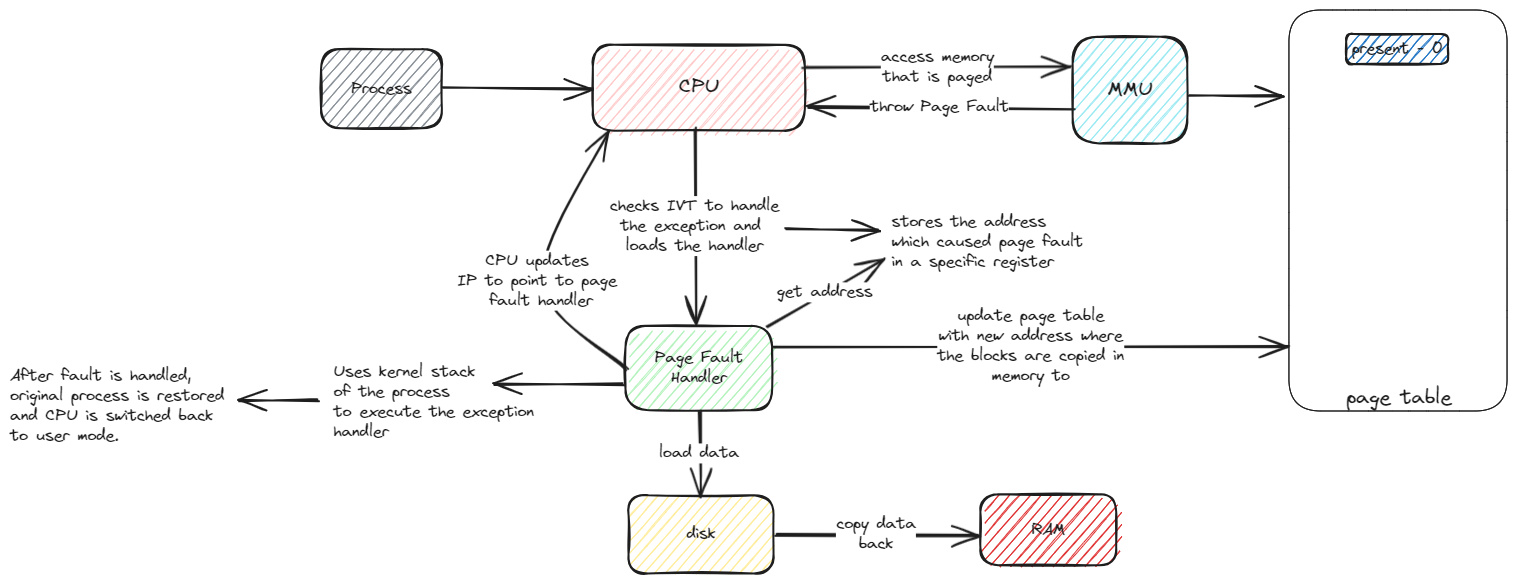
Above: static/img/page-fault-handling.excalidraw.png in swaroopar/inprogress-engineer (Excalidraw), before the change. Source tidied: one line per element, renumbered; positions are measured from the earlier drawing's top-left corner, leaving out a move shared by most shapes.
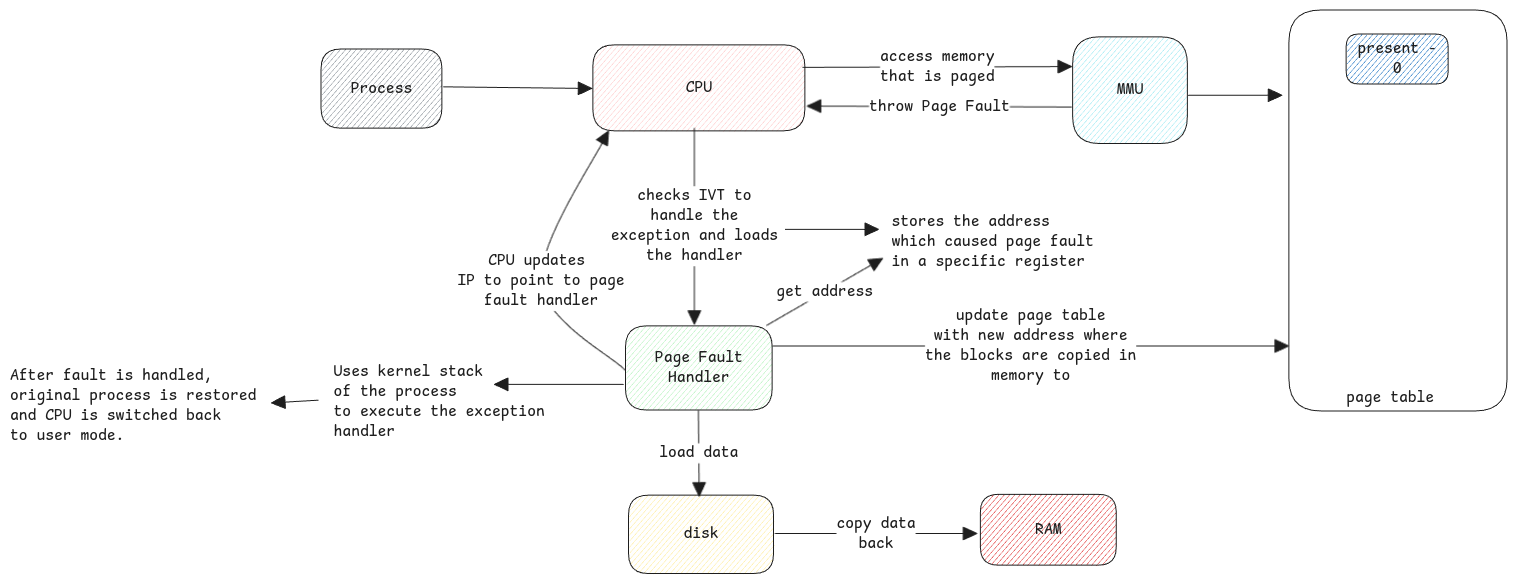
The same file after the commit.

What changed in the source:
```diff
@@ -1,40 +1,40 @@
-{"id": 0, "type": "rectangle", "strokeColor": "#1e1e1e", "backgroundColor": "#ffc9c9", "fillStyle": "hachure", "strokeWidth": 2, "roughness": 1, "round": true, "x": 583, "y": 35, "width": 212, "height": 86}
+{"id": 0, "type": "rectangle", "strokeColor": "#1e1e1e", "backgroundColor": "#ffc9c9", "fillStyle": "hachure", "strokeWidth": 1, "roughness": 0, "round": true, "x": 583, "y": 35, "width": 212, "height": 86}
-{"id": 1, "type": "text", "text": "CPU", "strokeColor": "#1e1e1e", "strokeWidth": 2, "roughness": 1, "fontSize": 20, "fontFamily": 1, "textAlign": "center", "verticalAlign": "middle", "inside": 0, "x": 669, "y": 65, "width": 40, "height": 25}
+{"id": 1, "type": "text", "text": "CPU", "strokeColor": "#1e1e1e", "strokeWidth": 2, "roughness": 1, "fontSize": 16, "fontFamily": 8, "textAlign": "center", "verticalAlign": "middle", "inside": 0, "x": 676, "y": 68, "width": 26, "height": 20}
-{"id": 2, "type": "rectangle", "strokeColor": "#1e1e1e", "backgroundColor": "#99e9f2", "fillStyle": "hachure", "strokeWidth": 2, "roughness": 1, "round": true, "x": 1063, "y": 27, "width": 115, "height": 107}
+{"id": 2, "type": "rectangle", "strokeColor": "#1e1e1e", "backgroundColor": "#99e9f2", "fillStyle": "hachure", "strokeWidth": 1, "roughness": 0, "round": true, "x": 1063, "y": 27, "width": 115, "height": 107}
-{"id": 3, "type": "text", "text": "MMU", "strokeColor": "#1e1e1e", "strokeWidth": 2, "roughness": 1, "fontSize": 20, "fontFamily": 1, "textAlign": "center", "verticalAlign": "middle", "inside": 2, "x": 1098, "y": 68, "width": 45, "height": 25}
+{"id": 3, "type": "text", "text": "MMU", "strokeColor": "#1e1e1e", "strokeWidth": 2, "roughness": 1, "fontSize": 16, "fontFamily": 8, "textAlign": "center", "verticalAlign": "middle", "inside": 2, "x": 1107, "y": 70, "width": 26, "height": 20}
-{"id": 4, "type": "arrow", "strokeColor": "#1e1e1e", "strokeWidth": 2, "roughness": 1, "endArrowhead": "arrow", "round": true, "to": 2, "x": 793, "y": 57, "width": 269, "height": 1, "points": [[0, 0], [269, -1]]}
+{"id": 4, "type": "arrow", "strokeColor": "#1e1e1e", "strokeWidth": 1, "roughness": 0, "endArrowhead": "triangle", "round": true, "to": 2, "x": 793, "y": 57, "width": 269, "height": 1, "points": [[0, 0], [269, -1]]}
-{"id": 5, "type": "text", "text": "access memory\nthat is paged", "strokeColor": "#1e1e1e", "strokeWidth": 2, "roughness": 1, "fontSize": 16, "fontFamily": 1, "textAlign": "center", "verticalAlign": "middle", "inside": 4, "x": 871, "y": 37, "width": 113, "height": 40}
+{"id": 5, "type": "text", "text": "access memory\nthat is paged", "strokeColor": "#1e1e1e", "strokeWidth": 2, "roughness": 1, "fontSize": 16, "fontFamily": 8, "textAlign": "center", "verticalAlign": "middle", "inside": 4, "x": 870, "y": 37, "width": 114, "height": 40}
 {"id": 6, "type": "rectangle", "strokeColor": "#1e1e1e", "strokeWidth": 1, "roughness": 0, "round": true, "x": 1279, "y": 0, "width": 218, "height": 401}
-{"id": 7, "type": "arrow", "strokeColor": "#1e1e1e", "strokeWidth": 2, "roughness": 1, "endArrowhead": "arrow", "round": true, "from": 2, "to": 6, "x": 1178, "y": 85, "width": 94, "height": 0, "points": [[0, 0], [94, 0]]}
+{"id": 7, "type": "arrow", "strokeColor": "#1e1e1e", "strokeWidth": 1, "roughness": 0, "endArrowhead": "triangle", "round": true, "from": 2, "to": 6, "x": 1178, "y": 85, "width": 94, "height": 0, "points": [[0, 0], [94, 0]]}
-{"id": 8, "type": "text", "text": "page table", "strokeColor": "#1e1e1e", "strokeWidth": 2, "roughness": 1, "fontSize": 20, "fontFamily": 1, "x": 1336, "y": 376, "width": 105, "height": 25}
+{"id": 8, "type": "text", "text": "page table", "strokeColor": "#1e1e1e", "strokeWidth": 1, "roughness": 0, "fontSize": 16, "fontFamily": 8, "x": 1336, "y": 378, "width": 88, "height": 20}
-{"id": 9, "type": "rectangle", "strokeColor": "#1e1e1e", "backgroundColor": "#1971c2", "fillStyle": "hachure", "strokeWidth": 2, "roughness": 1, "round": true, "x": 1336, "y": 24, "width": 102, "height": 30}
+{"id": 9, "type": "rectangle", "strokeColor": "#1e1e1e", "backgroundColor": "#1971c2", "fillStyle": "hachure", "strokeWidth": 1, "roughness": 0, "round": true, "x": 1336, "y": 24, "width": 102, "height": 50}
-{"id": 10, "type": "text", "text": "present - 0", "strokeColor": "#1e1e1e", "strokeWidth": 2, "roughness": 1, "fontSize": 16, "fontFamily": 1, "textAlign": "center", "verticalAlign": "middle", "inside": 9, "x": 1342, "y": 29, "width": 91, "height": 20}
+{"id": 10, "type": "text", "text": "present -\n0", "strokeColor": "#1e1e1e", "strokeWidth": 2, "roughness": 1, "fontSize": 16, "fontFamily": 8, "textAlign": "center", "verticalAlign": "middle", "inside": 9, "x": 1348, "y": 29, "width": 79, "height": 40}
-{"id": 11, "type": "arrow", "strokeColor": "#1e1e1e", "strokeWidth": 2, "roughness": 1, "endArrowhead": "arrow", "round": true, "from": 2, "to": 0, "x": 1062, "y": 97, "width": 264, "height": 1, "points": [[0, 0], [-264, -1]]}
+{"id": 11, "type": "arrow", "strokeColor": "#1e1e1e", "strokeWidth": 1, "roughness": 0, "endArrowhead": "triangle", "round": true, "from": 2, "to": 0, "x": 1062, "y": 97, "width": 264, "height": 1, "points": [[0, 0], [-264, -1]]}
-{"id": 12, "type": "text", "text": "throw Page Fault", "strokeColor": "#1e1e1e", "strokeWidth": 2, "roughness": 1, "fontSize": 16, "fontFamily": 1, "textAlign": "center", "verticalAlign": "middle", "inside": 11, "x": 699, "y": 122, "width": 139, "height": 20}
+{"id": 12, "type": "text", "text": "throw Page Fault", "strokeColor": "#1e1e1e", "strokeWidth": 2, "roughness": 1, "fontSize": 16, "fontFamily": 8, "textAlign": "center", "verticalAlign": "middle", "inside": 11, "x": 859, "y": 87, "width": 141, "height": 20}
-{"id": 13, "type": "rectangle", "strokeColor": "#1e1e1e", "backgroundColor": "#868e96", "fillStyle": "hachure", "strokeWidth": 2, "roughness": 1, "round": true, "x": 311, "y": 39, "width": 121, "height": 79}
+{"id": 13, "type": "rectangle", "strokeColor": "#1e1e1e", "backgroundColor": "#868e96", "fillStyle": "hachure", "strokeWidth": 1, "roughness": 0, "round": true, "x": 311, "y": 39, "width": 121, "height": 79}
-{"id": 14, "type": "text", "text": "Process", "strokeColor": "#1e1e1e", "strokeWidth": 2, "roughness": 1, "fontSize": 16, "fontFamily": 1, "textAlign": "center", "verticalAlign": "middle", "inside": 13, "x": 341, "y": 69, "width": 60, "height": 20}
+{"id": 14, "type": "text", "text": "Process", "strokeColor": "#1e1e1e", "strokeWidth": 2, "roughness": 1, "fontSize": 16, "fontFamily": 8, "textAlign": "center", "verticalAlign": "middle", "inside": 13, "x": 341, "y": 69, "width": 62, "height": 20}
-{"id": 15, "type": "arrow", "strokeColor": "#1e1e1e", "strokeWidth": 2, "roughness": 1, "endArrowhead": "arrow", "round": true, "from": 13, "to": 0, "x": 434, "y": 77, "width": 148, "height": 2, "points": [[0, 0], [148, 2]]}
+{"id": 15, "type": "arrow", "strokeColor": "#1e1e1e", "strokeWidth": 1, "roughness": 0, "endArrowhead": "triangle", "round": true, "from": 13, "to": 0, "x": 434, "y": 77, "width": 148, "height": 2, "points": [[0, 0], [148, 2]]}
-{"id": 16, "type": "arrow", "strokeColor": "#1e1e1e", "strokeWidth": 2, "roughness": 1, "endArrowhead": "arrow", "round": true, "x": 684, "y": 118, "width": 0, "height": 196, "points": [[0, 0], [0, 196]]}
+{"id": 16, "type": "arrow", "strokeColor": "#1e1e1e", "strokeWidth": 1, "roughness": 0, "endArrowhead": "triangle", "round": true, "x": 684, "y": 118, "width": 0, "height": 196, "points": [[0, 0], [0, 196]]}
-{"id": 17, "type": "text", "text": "checks IVT to handle\nthe exception and \nloads the handler", "strokeColor": "#1e1e1e", "strokeWidth": 2, "roughness": 1, "fontSize": 16, "fontFamily": 1, "textAlign": "center", "verticalAlign": "middle", "inside": 16, "x": 600, "y": 186, "width": 169, "height": 60}
+{"id": 17, "type": "text", "text": "checks IVT to\nhandle the\nexception and loads\nthe handler", "strokeColor": "#1e1e1e", "strokeWidth": 2, "roughness": 1, "fontSize": 16, "fontFamily": 8, "textAlign": "center", "verticalAlign": "middle", "inside": 16, "x": 601, "y": 176, "width": 167, "height": 80}
-{"id": 18, "type": "rectangle", "strokeColor": "#1e1e1e", "backgroundColor": "#b2f2bb", "fillStyle": "hachure", "strokeWidth": 2, "roughness": 1, "round": true, "x": 616, "y": 316, "width": 147, "height": 84}
+{"id": 18, "type": "rectangle", "strokeColor": "#1e1e1e", "backgroundColor": "#b2f2bb", "fillStyle": "hachure", "strokeWidth": 1, "roughness": 0, "round": true, "x": 616, "y": 316, "width": 147, "height": 84}
-{"id": 19, "type": "text", "text": "Page Fault\nHandler", "strokeColor": "#1e1e1e", "strokeWidth": 2, "roughness": 1, "fontSize": 16, "fontFamily": 1, "textAlign": "center", "verticalAlign": "middle", "inside": 18, "x": 645, "y": 338, "width": 88, "height": 40}
+{"id": 19, "type": "text", "text": "Page Fault\nHandler", "strokeColor": "#1e1e1e", "strokeWidth": 2, "roughness": 1, "fontSize": 16, "fontFamily": 8, "textAlign": "center", "verticalAlign": "middle", "inside": 18, "x": 645, "y": 338, "width": 88, "height": 40}
-{"id": 20, "type": "rectangle", "strokeColor": "#1e1e1e", "backgroundColor": "#ffec99", "fillStyle": "hachure", "strokeWidth": 2, "roughness": 1, "round": true, "x": 619, "y": 485, "width": 145, "height": 78}
+{"id": 20, "type": "rectangle", "strokeColor": "#1e1e1e", "backgroundColor": "#ffec99", "fillStyle": "hachure", "strokeWidth": 1, "roughness": 0, "round": true, "x": 619, "y": 485, "width": 145, "height": 78}
-{"id": 21, "type": "text", "text": "disk", "strokeColor": "#1e1e1e", "strokeWidth": 2, "roughness": 1, "fontSize": 16, "fontFamily": 1, "textAlign": "center", "verticalAlign": "middle", "inside": 20, "x": 676, "y": 514, "width": 29, "height": 20}
+{"id": 21, "type": "text", "text": "disk", "strokeColor": "#1e1e1e", "strokeWidth": 2, "roughness": 1, "fontSize": 16, "fontFamily": 8, "textAlign": "center", "verticalAlign": "middle", "inside": 20, "x": 673, "y": 514, "width": 35, "height": 20}
-{"id": 22, "type": "arrow", "strokeColor": "#1e1e1e", "strokeWidth": 2, "roughness": 1, "endArrowhead": "arrow", "round": true, "x": 775, "y": 219, "width": 93, "height": 0, "points": [[0, 0], [93, 0]]}
+{"id": 22, "type": "arrow", "strokeColor": "#1e1e1e", "strokeWidth": 1, "roughness": 0, "endArrowhead": "triangle", "round": true, "x": 775, "y": 219, "width": 93, "height": 0, "points": [[0, 0], [93, 0]]}
-{"id": 23, "type": "text", "text": "stores the address\nwhich caused page fault \nin a specific register", "strokeColor": "#1e1e1e", "strokeWidth": 2, "roughness": 1, "fontSize": 16, "fontFamily": 1, "x": 881, "y": 202, "width": 200, "height": 60}
+{"id": 23, "type": "text", "text": "stores the address\nwhich caused page fault \nin a specific register", "strokeColor": "#1e1e1e", "strokeWidth": 1, "roughness": 0, "fontSize": 16, "fontFamily": 8, "x": 881, "y": 202, "width": 211, "height": 60}
-{"id": 24, "type": "arrow", "strokeColor": "#1e1e1e", "strokeWidth": 2, "roughness": 1, "endArrowhead": "arrow", "round": true, "x": 688, "y": 400, "width": 1, "height": 86, "points": [[0, 0], [1, 86]]}
+{"id": 24, "type": "arrow", "strokeColor": "#1e1e1e", "strokeWidth": 1, "roughness": 0, "endArrowhead": "triangle", "round": true, "x": 688, "y": 400, "width": 1, "height": 86, "points": [[0, 0], [1, 86]]}
-{"id": 25, "type": "text", "text": "load data", "strokeColor": "#1e1e1e", "strokeWidth": 2, "roughness": 1, "fontSize": 16, "fontFamily": 1, "textAlign": "center", "verticalAlign": "middle", "inside": 24, "x": 649, "y": 433, "width": 80, "height": 20}
+{"id": 25, "type": "text", "text": "load data", "strokeColor": "#1e1e1e", "strokeWidth": 2, "roughness": 1, "fontSize": 16, "fontFamily": 8, "textAlign": "center", "verticalAlign": "middle", "inside": 24, "x": 649, "y": 433, "width": 79, "height": 20}
-{"id": 26, "type": "arrow", "strokeColor": "#1e1e1e", "strokeWidth": 2, "roughness": 1, "endArrowhead": "arrow", "round": true, "from": 18, "to": 6, "x": 763, "y": 336, "width": 516, "height": 0, "points": [[0, 0], [516, 0]]}
+{"id": 26, "type": "arrow", "strokeColor": "#1e1e1e", "strokeWidth": 1, "roughness": 0, "endArrowhead": "triangle", "round": true, "from": 18, "to": 6, "x": 763, "y": 336, "width": 516, "height": 0, "points": [[0, 0], [516, 0]]}
-{"id": 27, "type": "text", "text": "update page table\nwith new address where\nthe blocks are copied in\nmemory to", "strokeColor": "#1e1e1e", "strokeWidth": 2, "roughness": 1, "fontSize": 16, "fontFamily": 1, "textAlign": "center", "verticalAlign": "middle", "inside": 26, "x": 927, "y": 296, "width": 187, "height": 80}
+{"id": 27, "type": "text", "text": "update page table\nwith new address where\nthe blocks are copied in\nmemory to", "strokeColor": "#1e1e1e", "strokeWidth": 2, "roughness": 1, "fontSize": 16, "fontFamily": 8, "textAlign": "center", "verticalAlign": "middle", "inside": 26, "x": 915, "y": 296, "width": 211, "height": 80}
-{"id": 28, "type": "rectangle", "strokeColor": "#1e1e1e", "backgroundColor": "#e03131", "fillStyle": "hachure", "strokeWidth": 2, "roughness": 1, "round": true, "x": 970, "y": 484, "width": 136, "height": 71}
+{"id": 28, "type": "rectangle", "strokeColor": "#1e1e1e", "backgroundColor": "#e03131", "fillStyle": "hachure", "strokeWidth": 1, "roughness": 0, "round": true, "x": 970, "y": 484, "width": 136, "height": 71}
-{"id": 29, "type": "text", "text": "RAM", "strokeColor": "#1e1e1e", "strokeWidth": 2, "roughness": 1, "fontSize": 16, "fontFamily": 1, "textAlign": "center", "verticalAlign": "middle", "inside": 28, "x": 1022, "y": 510, "width": 34, "height": 20}
+{"id": 29, "type": "text", "text": "RAM", "strokeColor": "#1e1e1e", "strokeWidth": 2, "roughness": 1, "fontSize": 16, "fontFamily": 8, "textAlign": "center", "verticalAlign": "middle", "inside": 28, "x": 1025, "y": 510, "width": 26, "height": 20}
-{"id": 30, "type": "arrow", "strokeColor": "#1e1e1e", "strokeWidth": 2, "roughness": 1, "endArrowhead": "arrow", "round": true, "to": 28, "x": 765, "y": 524, "width": 202, "height": 0, "points": [[0, 0], [202, 0]]}
+{"id": 30, "type": "arrow", "strokeColor": "#1e1e1e", "strokeWidth": 1, "roughness": 0, "endArrowhead": "triangle", "round": true, "to": 28, "x": 765, "y": 524, "width": 202, "height": 0, "points": [[0, 0], [202, 0]]}
-{"id": 31, "type": "text", "text": "copy data\nback", "strokeColor": "#1e1e1e", "strokeWidth": 2, "roughness": 1, "fontSize": 16, "fontFamily": 1, "textAlign": "center", "verticalAlign": "middle", "inside": 30, "x": 826, "y": 504, "width": 80, "height": 40}
+{"id": 31, "type": "text", "text": "copy data\nback", "strokeColor": "#1e1e1e", "strokeWidth": 2, "roughness": 1, "fontSize": 16, "fontFamily": 8, "textAlign": "center", "verticalAlign": "middle", "inside": 30, "x": 826, "y": 504, "width": 79, "height": 40}
-{"id": 32, "type": "arrow", "strokeColor": "#1e1e1e", "strokeWidth": 2, "roughness": 1, "endArrowhead": "arrow", "round": true, "from": 18, "to": 0, "x": 615, "y": 360, "width": 84, "height": 239, "points": [[0, 0], [-84, -89], [-17, -239]]}
+{"id": 32, "type": "arrow", "strokeColor": "#1e1e1e", "strokeWidth": 1, "roughness": 0, "endArrowhead": "triangle", "round": true, "from": 18, "to": 0, "x": 615, "y": 360, "width": 84, "height": 239, "points": [[0, 0], [-84, -89], [-17, -239]]}
-{"id": 33, "type": "text", "text": "CPU updates \nIP to point to page \nfault handler", "strokeColor": "#1e1e1e", "strokeWidth": 2, "roughness": 1, "fontSize": 16, "fontFamily": 1, "textAlign": "center", "verticalAlign": "middle", "inside": 32, "x": 447, "y": 241, "width": 167, "height": 60}
+{"id": 33, "type": "text", "text": "CPU updates \nIP to point to page\nfault handler", "strokeColor": "#1e1e1e", "strokeWidth": 2, "roughness": 1, "fontSize": 16, "fontFamily": 8, "textAlign": "center", "verticalAlign": "middle", "inside": 32, "x": 447, "y": 241, "width": 167, "height": 60}
-{"id": 34, "type": "arrow", "strokeColor": "#1e1e1e", "strokeWidth": 2, "roughness": 1, "endArrowhead": "arrow", "round": true, "x": 614, "y": 374, "width": 129, "height": 0, "points": [[0, 0], [-129, 0]]}
+{"id": 34, "type": "arrow", "strokeColor": "#1e1e1e", "strokeWidth": 1, "roughness": 0, "endArrowhead": "triangle", "round": true, "x": 614, "y": 374, "width": 129, "height": 0, "points": [[0, 0], [-129, 0]]}
-{"id": 35, "type": "text", "text": "Uses kernel stack\nof the process \nto execute the exception \nhandler", "strokeColor": "#1e1e1e", "strokeWidth": 2, "roughness": 1, "fontSize": 16, "fontFamily": 1, "x": 324, "y": 352, "width": 208, "height": 80}
+{"id": 35, "type": "text", "text": "Uses kernel stack\nof the process \nto execute the exception \nhandler", "strokeColor": "#1e1e1e", "strokeWidth": 1, "roughness": 0, "fontSize": 16, "fontFamily": 8, "x": 324, "y": 352, "width": 220, "height": 80}
-{"id": 36, "type": "arrow", "strokeColor": "#1e1e1e", "strokeWidth": 2, "roughness": 1, "endArrowhead": "arrow", "round": true, "to": 37, "x": 308, "y": 390, "width": 80, "height": 0, "points": [[0, 0], [-80, 0]]}
+{"id": 36, "type": "arrow", "strokeColor": "#1e1e1e", "strokeWidth": 1, "roughness": 0, "endArrowhead": "triangle", "round": true, "to": 37, "x": 308, "y": 390, "width": 47, "height": 3, "points": [[0, 0], [-47, 3]]}
-{"id": 37, "type": "text", "text": "After fault is handled, \noriginal process is restored \nand CPU is switched back \nto user mode. ", "strokeColor": "#1e1e1e", "strokeWidth": 2, "roughness": 1, "fontSize": 16, "fontFamily": 1, "x": 0, "y": 356, "width": 222, "height": 80}
+{"id": 37, "type": "text", "text": "After fault is handled, \noriginal process is restored \nand CPU is switched back \nto user mode. ", "strokeColor": "#1e1e1e", "strokeWidth": 1, "roughness": 0, "fontSize": 16, "fontFamily": 8, "x": 0, "y": 356, "width": 255, "height": 80}
-{"id": 38, "type": "arrow", "strokeColor": "#1e1e1e", "strokeWidth": 2, "roughness": 1, "endArrowhead": "arrow", "round": true, "x": 757, "y": 315, "width": 116, "height": 67, "points": [[0, 0], [116, -67]]}
+{"id": 38, "type": "arrow", "strokeColor": "#1e1e1e", "strokeWidth": 1, "roughness": 0, "endArrowhead": "triangle", "round": true, "x": 757, "y": 315, "width": 116, "height": 67, "points": [[0, 0], [116, -67]]}
-{"id": 39, "type": "text", "text": "get address", "strokeColor": "#1e1e1e", "strokeWidth": 2, "roughness": 1, "fontSize": 16, "fontFamily": 1, "textAlign": "center", "verticalAlign": "middle", "inside": 38, "x": 767, "y": 272, "width": 96, "height": 20}
+{"id": 39, "type": "text", "text": "get address", "strokeColor": "#1e1e1e", "strokeWidth": 2, "roughness": 1, "fontSize": 16, "fontFamily": 8, "textAlign": "center", "verticalAlign": "middle", "inside": 38, "x": 766, "y": 272, "width": 97, "height": 20}
```
